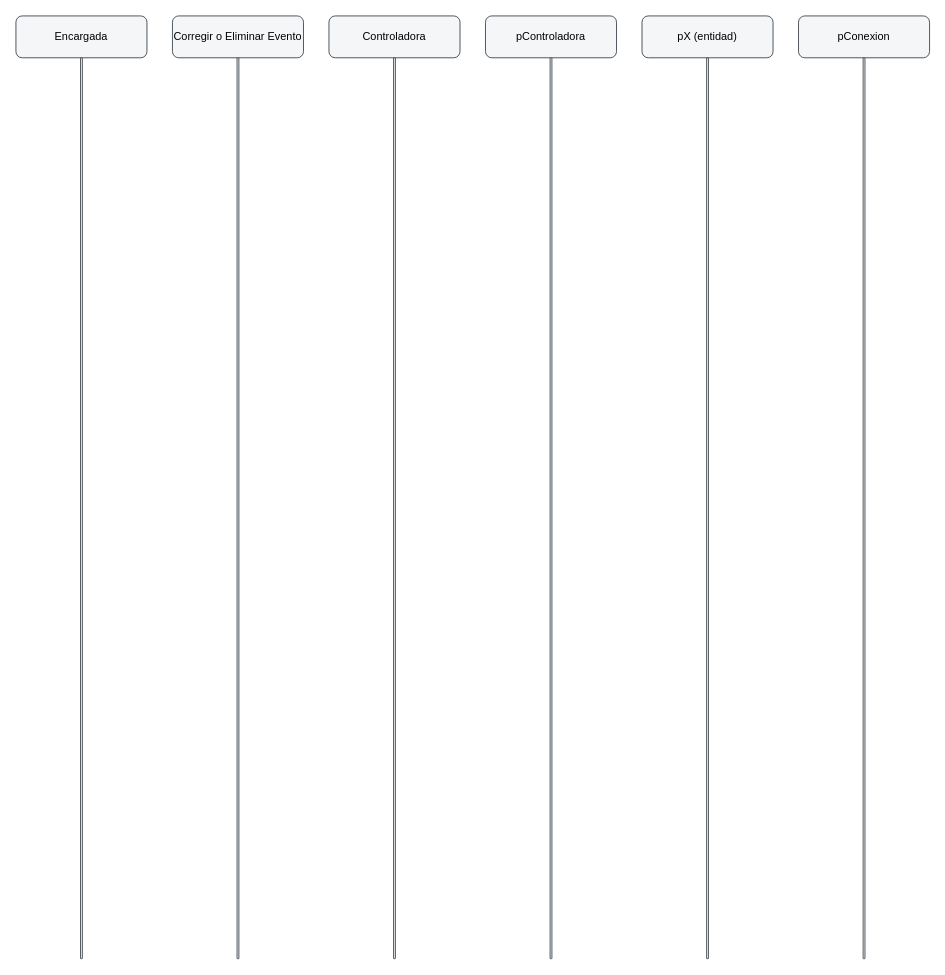
Above: docs/diagramas/secuencia/secuencia-cu26.drawio in santinodelmonte/Tesis (draw.io), before the change. Source tidied: cells renumbered, new cells numbered last; positions are measured from the earlier drawing's top-left corner, leaving out a move shared by most shapes. Both pictures are drawn from the tidied source at 91%, with x=0, y=0 at pixel (15, 15).
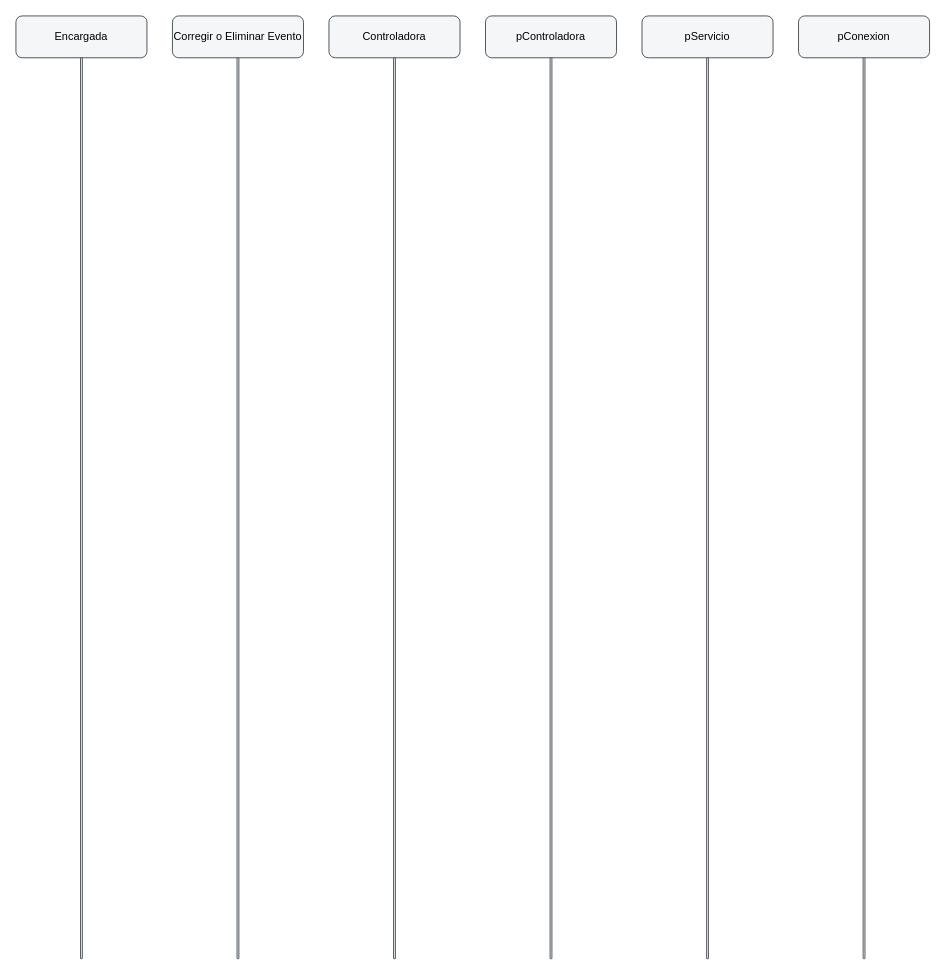
Above is the later version.

What changed in the source:
```diff
@@
 <mxGraphModel>
   <root>
     <mxCell id="0" />
     <mxCell id="1" parent="0" />
     <mxCell id="2" value="Encargada" style="rounded=1;whiteSpace=wrap;html=1;fillColor=#f4f6f8;strokeColor=#40484f;" parent="1" vertex="1">
       <mxGeometry width="144" height="46" as="geometry" />
     </mxCell>
     <mxCell id="3" style="rounded=1;whiteSpace=wrap;html=1;fillColor=#f4f6f8;strokeColor=#40484f;" parent="1" vertex="1">
       <mxGeometry x="71" y="46" width="2" height="990" as="geometry" />
     </mxCell>
     <mxCell id="4" value="Corregir o Eliminar Evento" style="rounded=1;whiteSpace=wrap;html=1;fillColor=#f4f6f8;strokeColor=#40484f;" parent="1" vertex="1">
       <mxGeometry x="172" width="144" height="46" as="geometry" />
     </mxCell>
     <mxCell id="5" style="rounded=1;whiteSpace=wrap;html=1;fillColor=#f4f6f8;strokeColor=#40484f;" parent="1" vertex="1">
       <mxGeometry x="243" y="46" width="2" height="990" as="geometry" />
     </mxCell>
     <mxCell id="6" value="Controladora" style="rounded=1;whiteSpace=wrap;html=1;fillColor=#f4f6f8;strokeColor=#40484f;" parent="1" vertex="1">
       <mxGeometry x="344" width="144" height="46" as="geometry" />
     </mxCell>
     <mxCell id="7" style="rounded=1;whiteSpace=wrap;html=1;fillColor=#f4f6f8;strokeColor=#40484f;" parent="1" vertex="1">
       <mxGeometry x="415" y="46" width="2" height="990" as="geometry" />
     </mxCell>
     <mxCell id="8" value="pControladora" style="rounded=1;whiteSpace=wrap;html=1;fillColor=#f4f6f8;strokeColor=#40484f;" parent="1" vertex="1">
       <mxGeometry x="516" width="144" height="46" as="geometry" />
     </mxCell>
     <mxCell id="9" style="rounded=1;whiteSpace=wrap;html=1;fillColor=#f4f6f8;strokeColor=#40484f;" parent="1" vertex="1">
       <mxGeometry x="587" y="46" width="2" height="990" as="geometry" />
     </mxCell>
-    <mxCell id="10" value="pX (entidad)" style="rounded=1;whiteSpace=wrap;html=1;fillColor=#f4f6f8;strokeColor=#40484f;" parent="1" vertex="1">
+    <mxCell id="10" value="pServicio" style="rounded=1;whiteSpace=wrap;html=1;fillColor=#f4f6f8;strokeColor=#40484f;" parent="1" vertex="1">
       <mxGeometry x="688" width="144" height="46" as="geometry" />
     </mxCell>
     <mxCell id="11" style="rounded=1;whiteSpace=wrap;html=1;fillColor=#f4f6f8;strokeColor=#40484f;" parent="1" vertex="1">
       <mxGeometry x="759" y="46" width="2" height="990" as="geometry" />
     </mxCell>
     <mxCell id="12" value="pConexion" style="rounded=1;whiteSpace=wrap;html=1;fillColor=#f4f6f8;strokeColor=#40484f;" parent="1" vertex="1">
       <mxGeometry x="860" width="144" height="46" as="geometry" />
     </mxCell>
     <mxCell id="13" style="rounded=1;whiteSpace=wrap;html=1;fillColor=#f4f6f8;strokeColor=#40484f;" parent="1" vertex="1">
       <mxGeometry x="931" y="46" width="2" height="990" as="geometry" />
     </mxCell>
   </root>
 </mxGraphModel>
```
